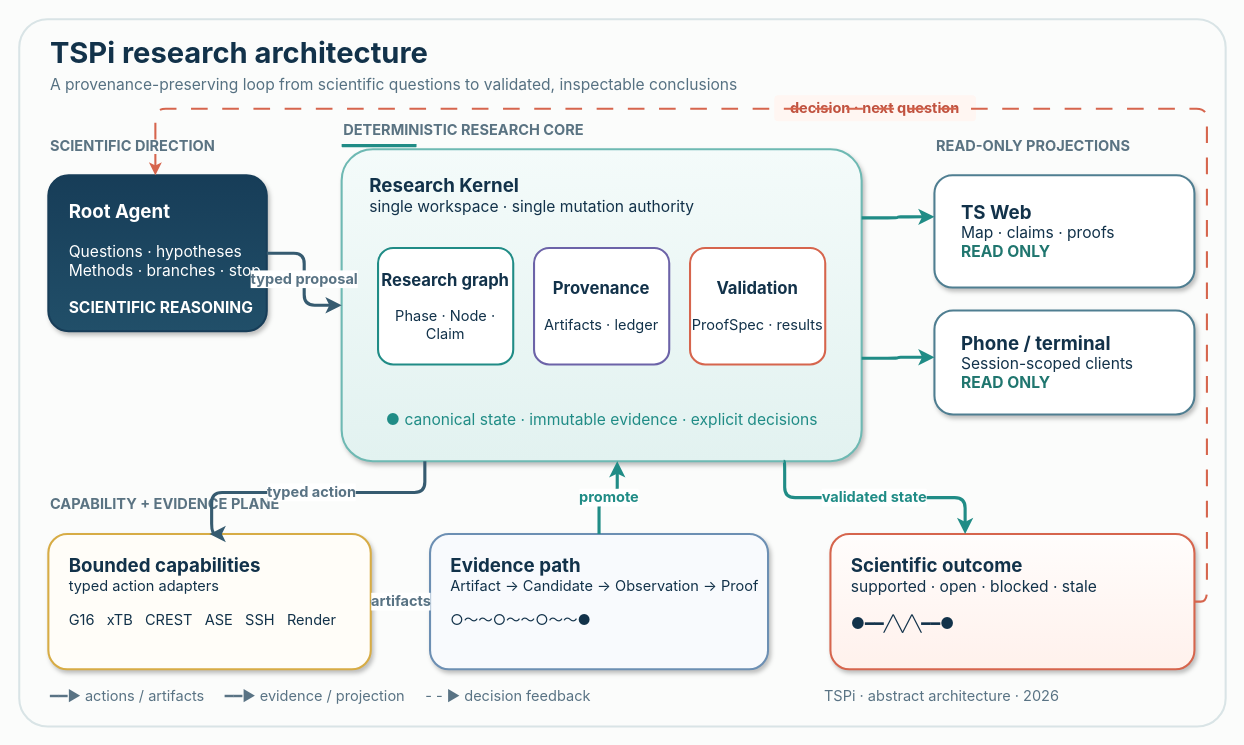
Above: docs/figures/tspi-research-architecture.drawio in iawnix/TSPi (draw.io), before the change. Source tidied: cells renumbered, new cells numbered last; positions are measured from the earlier drawing's top-left corner, leaving out a move shared by most shapes. Both pictures are drawn from the tidied source at 104%, with x=0, y=0 at pixel (19, 19).
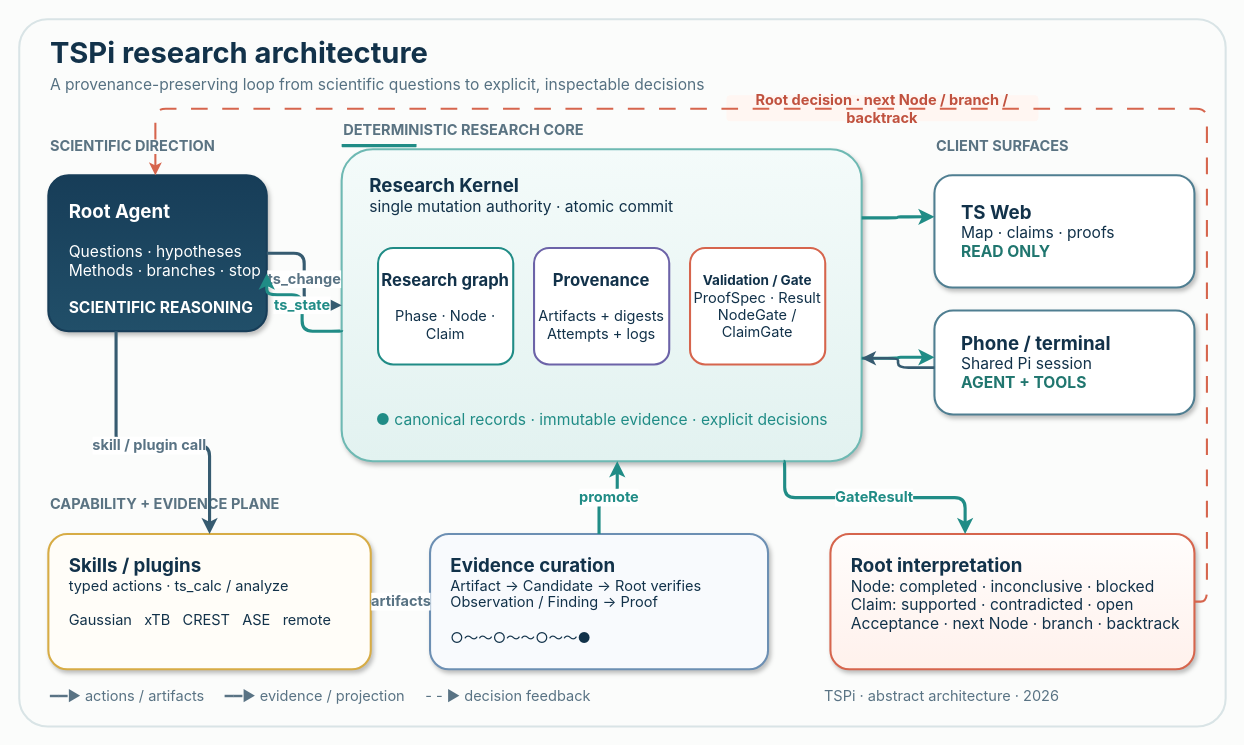
After the change.

Unchanged cells that the change refers to:
```xml
<mxCell id="11" value="&lt;b style='font-size:18px'&gt;Root Agent&lt;/b&gt;&lt;br&gt;&lt;br&gt;Questions · hypotheses&lt;br&gt;Methods · branches · stop&lt;br&gt;&lt;br&gt;&lt;b&gt;SCIENTIFIC REASONING&lt;/b&gt;" style="rounded=1;whiteSpace=wrap;html=1;fillColor=#214F69;gradientColor=#173D58;gradientDirection=north;strokeColor=#173D58;strokeWidth=2;fontColor=#FFFFFF;fontSize=15;fontFamily=Inter;align=left;verticalAlign=top;spacingLeft=18;spacingTop=18;arcSize=13;shadow=1;" parent="1" vertex="1">
  <mxGeometry x="28" y="150" width="210" height="150" as="geometry" />
</mxCell>
```

What changed in the source:
```diff
@@
-    <mxCell id="4" value="A provenance-preserving loop from scientific questions to validated, inspectable conclusions" style="text;html=1;strokeColor=none;fillColor=none;align=left;verticalAlign=middle;fontColor=#567182;fontSize=15;fontFamily=Inter;" parent="1" vertex="1">
+    <mxCell id="4" value="A provenance-preserving loop from scientific questions to explicit, inspectable decisions" style="text;html=1;strokeColor=none;fillColor=none;align=left;verticalAlign=middle;fontColor=#567182;fontSize=15;fontFamily=Inter;" parent="1" vertex="1">
       <mxGeometry x="28" y="50" width="700" height="25" as="geometry" />
     </mxCell>
-    <mxCell id="5" value="decision · next question" style="rounded=1;whiteSpace=wrap;html=1;fillColor=#FFF6F2;strokeColor=none;fontColor=#C0523F;fontSize=14;fontStyle=1;fontFamily=Inter;" parent="1" vertex="1">
-      <mxGeometry x="726" y="73" width="194" height="25" as="geometry" />
+    <mxCell id="5" value="Root decision · next Node / branch / backtrack" style="rounded=1;whiteSpace=wrap;html=1;fillColor=#FFF6F2;strokeColor=none;fontColor=#C0523F;fontSize=14;fontStyle=1;fontFamily=Inter;" parent="1" vertex="1">
+      <mxGeometry x="680" y="73" width="300" height="25" as="geometry" />
     </mxCell>
@@
-    <mxCell id="9" value="READ-ONLY PROJECTIONS" style="text;html=1;strokeColor=none;fillColor=none;align=left;verticalAlign=middle;fontColor=#5A7382;fontSize=14;fontStyle=1;fontFamily=Inter;" parent="1" vertex="1">
+    <mxCell id="9" value="CLIENT SURFACES" style="text;html=1;strokeColor=none;fillColor=none;align=left;verticalAlign=middle;fontColor=#5A7382;fontSize=14;fontStyle=1;fontFamily=Inter;" parent="1" vertex="1">
       <mxGeometry x="880" y="110" width="250" height="24" as="geometry" />
     </mxCell>
@@
-    <mxCell id="12" value="&lt;b style='font-size:18px'&gt;Research Kernel&lt;/b&gt;&lt;br&gt;single workspace · single mutation authority" style="rounded=1;whiteSpace=wrap;html=1;fillColor=#E2F2F0;gradientColor=#F4FBFA;gradientDirection=north;strokeColor=#6EB9B3;strokeWidth=2;fontColor=#12324A;fontSize=15;fontFamily=Inter;align=left;verticalAlign=top;spacingLeft=25;spacingTop=18;arcSize=10;shadow=1;" parent="1" vertex="1">
+    <mxCell id="12" value="&lt;b style='font-size:18px'&gt;Research Kernel&lt;/b&gt;&lt;br&gt;single mutation authority · atomic commit" style="rounded=1;whiteSpace=wrap;html=1;fillColor=#E2F2F0;gradientColor=#F4FBFA;gradientDirection=north;strokeColor=#6EB9B3;strokeWidth=2;fontColor=#12324A;fontSize=15;fontFamily=Inter;align=left;verticalAlign=top;spacingLeft=25;spacingTop=18;arcSize=10;shadow=1;" parent="1" vertex="1">
       <mxGeometry x="310" y="125" width="500" height="300" as="geometry" />
     </mxCell>
@@
-    <mxCell id="14" value="&lt;b style='font-size:16px'&gt;Provenance&lt;/b&gt;&lt;br&gt;&lt;br&gt;Artifacts · ledger" style="rounded=1;whiteSpace=wrap;html=1;fillColor=#FFFFFF;strokeColor=#6C63A8;strokeWidth=2;fontColor=#12324A;fontSize=14;fontFamily=Inter;align=center;verticalAlign=middle;arcSize=13;" parent="1" vertex="1">
+    <mxCell id="14" value="&lt;b style='font-size:16px'&gt;Provenance&lt;/b&gt;&lt;br&gt;&lt;br&gt;Artifacts + digests&lt;br&gt;Attempts + logs" style="rounded=1;whiteSpace=wrap;html=1;fillColor=#FFFFFF;strokeColor=#6C63A8;strokeWidth=2;fontColor=#12324A;fontSize=14;fontFamily=Inter;align=center;verticalAlign=middle;arcSize=13;" parent="1" vertex="1">
       <mxGeometry x="495" y="220" width="130" height="112" as="geometry" />
     </mxCell>
-    <mxCell id="15" value="&lt;b style='font-size:16px'&gt;Validation&lt;/b&gt;&lt;br&gt;&lt;br&gt;ProofSpec · results" style="rounded=1;whiteSpace=wrap;html=1;fillColor=#FFFFFF;strokeColor=#D6654D;strokeWidth=2;fontColor=#12324A;fontSize=14;fontFamily=Inter;align=center;verticalAlign=middle;arcSize=13;" parent="1" vertex="1">
+    <mxCell id="15" value="&lt;b style='font-size:13px'&gt;Validation / Gate&lt;/b&gt;&lt;br&gt;ProofSpec · Result&lt;br&gt;NodeGate / ClaimGate" style="rounded=1;whiteSpace=wrap;html=1;fillColor=#FFFFFF;strokeColor=#D6654D;strokeWidth=2;fontColor=#12324A;fontSize=14;fontFamily=Inter;align=center;verticalAlign=middle;arcSize=13;" parent="1" vertex="1">
       <mxGeometry x="645" y="220" width="130" height="112" as="geometry" />
     </mxCell>
-    <mxCell id="16" value="●  canonical state · immutable evidence · explicit decisions" style="text;html=1;strokeColor=none;fillColor=none;align=center;verticalAlign=middle;fontColor=#208C86;fontSize=15;fontFamily=Inter;" parent="1" vertex="1">
+    <mxCell id="16" value="●  canonical records · immutable evidence · explicit decisions" style="text;html=1;strokeColor=none;fillColor=none;align=center;verticalAlign=middle;fontColor=#208C86;fontSize=15;fontFamily=Inter;" parent="1" vertex="1">
       <mxGeometry x="345" y="366" width="430" height="38" as="geometry" />
     </mxCell>
@@
-    <mxCell id="18" value="&lt;b style='font-size:18px'&gt;Phone / terminal&lt;/b&gt;&lt;br&gt;Session-scoped clients&lt;br&gt;&lt;b style='color:#20766F'&gt;READ ONLY&lt;/b&gt;" style="rounded=1;whiteSpace=wrap;html=1;fillColor=#FFFFFF;strokeColor=#4F7E91;strokeWidth=2;fontColor=#12324A;fontSize=15;fontFamily=Inter;align=left;verticalAlign=middle;spacingLeft=24;arcSize=18;shadow=1;" parent="1" vertex="1">
+    <mxCell id="18" value="&lt;b style='font-size:18px'&gt;Phone / terminal&lt;/b&gt;&lt;br&gt;Shared Pi session&lt;br&gt;&lt;b style='color:#20766F'&gt;AGENT + TOOLS&lt;/b&gt;" style="rounded=1;whiteSpace=wrap;html=1;fillColor=#FFFFFF;strokeColor=#4F7E91;strokeWidth=2;fontColor=#12324A;fontSize=15;fontFamily=Inter;align=left;verticalAlign=middle;spacingLeft=24;arcSize=18;shadow=1;" parent="1" vertex="1">
       <mxGeometry x="880" y="280" width="250" height="100" as="geometry" />
     </mxCell>
-    <mxCell id="19" value="&lt;b style='font-size:18px'&gt;Bounded capabilities&lt;/b&gt;&lt;br&gt;typed action adapters&lt;br&gt;&lt;br&gt;G16   xTB   CREST   ASE   SSH   Render" style="rounded=1;whiteSpace=wrap;html=1;fillColor=#FFFDF8;strokeColor=#D7AC45;strokeWidth=2;fontColor=#12324A;fontSize=14;fontFamily=Inter;align=left;verticalAlign=top;spacingLeft=18;spacingTop=13;arcSize=14;shadow=1;" parent="1" vertex="1">
+    <mxCell id="19" value="&lt;b style='font-size:18px'&gt;Skills / plugins&lt;/b&gt;&lt;br&gt;typed actions · ts_calc / analyze&lt;br&gt;&lt;br&gt;Gaussian   xTB   CREST   ASE   remote" style="rounded=1;whiteSpace=wrap;html=1;fillColor=#FFFDF8;strokeColor=#D7AC45;strokeWidth=2;fontColor=#12324A;fontSize=14;fontFamily=Inter;align=left;verticalAlign=top;spacingLeft=18;spacingTop=13;arcSize=14;shadow=1;" parent="1" vertex="1">
       <mxGeometry x="28" y="495" width="310" height="130" as="geometry" />
     </mxCell>
-    <mxCell id="20" value="&lt;b style='font-size:18px'&gt;Evidence path&lt;/b&gt;&lt;br&gt;Artifact → Candidate → Observation → Proof&lt;br&gt;&lt;br&gt;○～～○～～○～～●" style="rounded=1;whiteSpace=wrap;html=1;fillColor=#F8FAFD;strokeColor=#6C8FB3;strokeWidth=2;fontColor=#12324A;fontSize=14;fontFamily=Inter;align=left;verticalAlign=top;spacingLeft=18;spacingTop=13;arcSize=14;shadow=1;" parent="1" vertex="1">
+    <mxCell id="20" value="&lt;b style='font-size:18px'&gt;Evidence curation&lt;/b&gt;&lt;br&gt;Artifact → Candidate → Root verifies&lt;br&gt;Observation / Finding → Proof&lt;br&gt;&lt;br&gt;○～～○～～○～～●" style="rounded=1;whiteSpace=wrap;html=1;fillColor=#F8FAFD;strokeColor=#6C8FB3;strokeWidth=2;fontColor=#12324A;fontSize=14;fontFamily=Inter;align=left;verticalAlign=top;spacingLeft=18;spacingTop=13;arcSize=14;shadow=1;" parent="1" vertex="1">
       <mxGeometry x="395" y="495" width="325" height="130" as="geometry" />
     </mxCell>
-    <mxCell id="21" value="&lt;b style='font-size:18px'&gt;Scientific outcome&lt;/b&gt;&lt;br&gt;supported · open · blocked · stale&lt;br&gt;&lt;br&gt;●━━╱╲╱╲━━●" style="rounded=1;whiteSpace=wrap;html=1;fillColor=#FFF1EC;gradientColor=#FFFDFC;gradientDirection=north;strokeColor=#D6654D;strokeWidth=2;fontColor=#12324A;fontSize=15;fontFamily=Inter;align=left;verticalAlign=top;spacingLeft=18;spacingTop=13;arcSize=14;shadow=1;" parent="1" vertex="1">
+    <mxCell id="21" value="&lt;b style='font-size:18px'&gt;Root interpretation&lt;/b&gt;&lt;br&gt;Node: completed · inconclusive · blocked&lt;br&gt;Claim: supported · contradicted · open&lt;br&gt;Acceptance · next Node · branch · backtrack" style="rounded=1;whiteSpace=wrap;html=1;fillColor=#FFF1EC;gradientColor=#FFFDFC;gradientDirection=north;strokeColor=#D6654D;strokeWidth=2;fontColor=#12324A;fontSize=15;fontFamily=Inter;align=left;verticalAlign=top;spacingLeft=18;spacingTop=13;arcSize=14;shadow=1;" parent="1" vertex="1">
       <mxGeometry x="780" y="495" width="350" height="130" as="geometry" />
     </mxCell>
-    <mxCell id="22" value="typed proposal" style="edgeStyle=orthogonalEdgeStyle;rounded=1;html=1;strokeColor=#365B70;strokeWidth=3;endArrow=classic;endFill=1;fontColor=#597384;fontSize=14;fontStyle=1;fontFamily=Inter;" parent="1" edge="1" source="11" target="12">
+    <mxCell id="22" value="ts_change" style="edgeStyle=orthogonalEdgeStyle;rounded=1;html=1;strokeColor=#365B70;strokeWidth=3;endArrow=classic;endFill=1;fontColor=#597384;fontSize=14;fontStyle=1;fontFamily=Inter;" parent="1" edge="1" source="11" target="12">
       <mxGeometry relative="1" as="geometry" />
     </mxCell>
-    <mxCell id="23" value="typed action" style="edgeStyle=orthogonalEdgeStyle;rounded=1;html=1;strokeColor=#365B70;strokeWidth=3;endArrow=classic;endFill=1;fontColor=#597384;fontSize=14;fontStyle=1;fontFamily=Inter;exitX=0.16;exitY=1;entryX=0.5;entryY=0;" parent="1" edge="1" source="12" target="19">
+    <mxCell id="23" value="skill / plugin call" style="edgeStyle=orthogonalEdgeStyle;rounded=1;html=1;strokeColor=#365B70;strokeWidth=3;endArrow=classic;endFill=1;fontColor=#597384;fontSize=14;fontStyle=1;fontFamily=Inter;exitX=0.31;exitY=1;entryX=0.5;entryY=0;" parent="1" edge="1" source="11" target="19">
       <mxGeometry relative="1" as="geometry">
         <Array as="points">
-          <mxPoint x="390" y="455" />
-          <mxPoint x="185" y="455" />
+          <mxPoint x="133" y="410" />
+          <mxPoint x="185" y="410" />
         </Array>
       </mxGeometry>
     </mxCell>
@@
-    <mxCell id="26" value="validated state" style="edgeStyle=orthogonalEdgeStyle;rounded=1;html=1;strokeColor=#208C86;strokeWidth=3;endArrow=classic;endFill=1;fontColor=#208C86;fontSize=14;fontStyle=1;fontFamily=Inter;exitX=0.85;exitY=1;entryX=0.37;entryY=0;" parent="1" edge="1" source="12" target="21">
+    <mxCell id="26" value="GateResult" style="edgeStyle=orthogonalEdgeStyle;rounded=1;html=1;strokeColor=#208C86;strokeWidth=3;endArrow=classic;endFill=1;fontColor=#208C86;fontSize=14;fontStyle=1;fontFamily=Inter;exitX=0.85;exitY=1;entryX=0.37;entryY=0;" parent="1" edge="1" source="12" target="21">
       <mxGeometry relative="1" as="geometry">
         <Array as="points">
           <mxPoint x="736" y="460" />
           <mxPoint x="910" y="460" />
         </Array>
       </mxGeometry>
     </mxCell>
+    <mxCell id="31" value="ts_state" style="edgeStyle=orthogonalEdgeStyle;rounded=1;html=1;strokeColor=#208C86;strokeWidth=3;endArrow=classic;endFill=1;fontColor=#208C86;fontSize=14;fontStyle=1;fontFamily=Inter;exitX=0;exitY=0.58;entryX=1;entryY=0.63;" parent="1" edge="1" source="12" target="11">
+      <mxGeometry relative="1" as="geometry">
+        <Array as="points">
+          <mxPoint x="272" y="300" />
+          <mxPoint x="272" y="265" />
+        </Array>
+      </mxGeometry>
+    </mxCell>
@@
+    <mxCell id="32" style="edgeStyle=orthogonalEdgeStyle;rounded=1;html=1;strokeColor=#365B70;strokeWidth=2.5;endArrow=classic;endFill=1;exitX=0;exitY=0.55;entryX=1;entryY=0.67;" parent="1" edge="1" source="18" target="12">
+      <mxGeometry relative="1" as="geometry" />
+    </mxCell>
```
